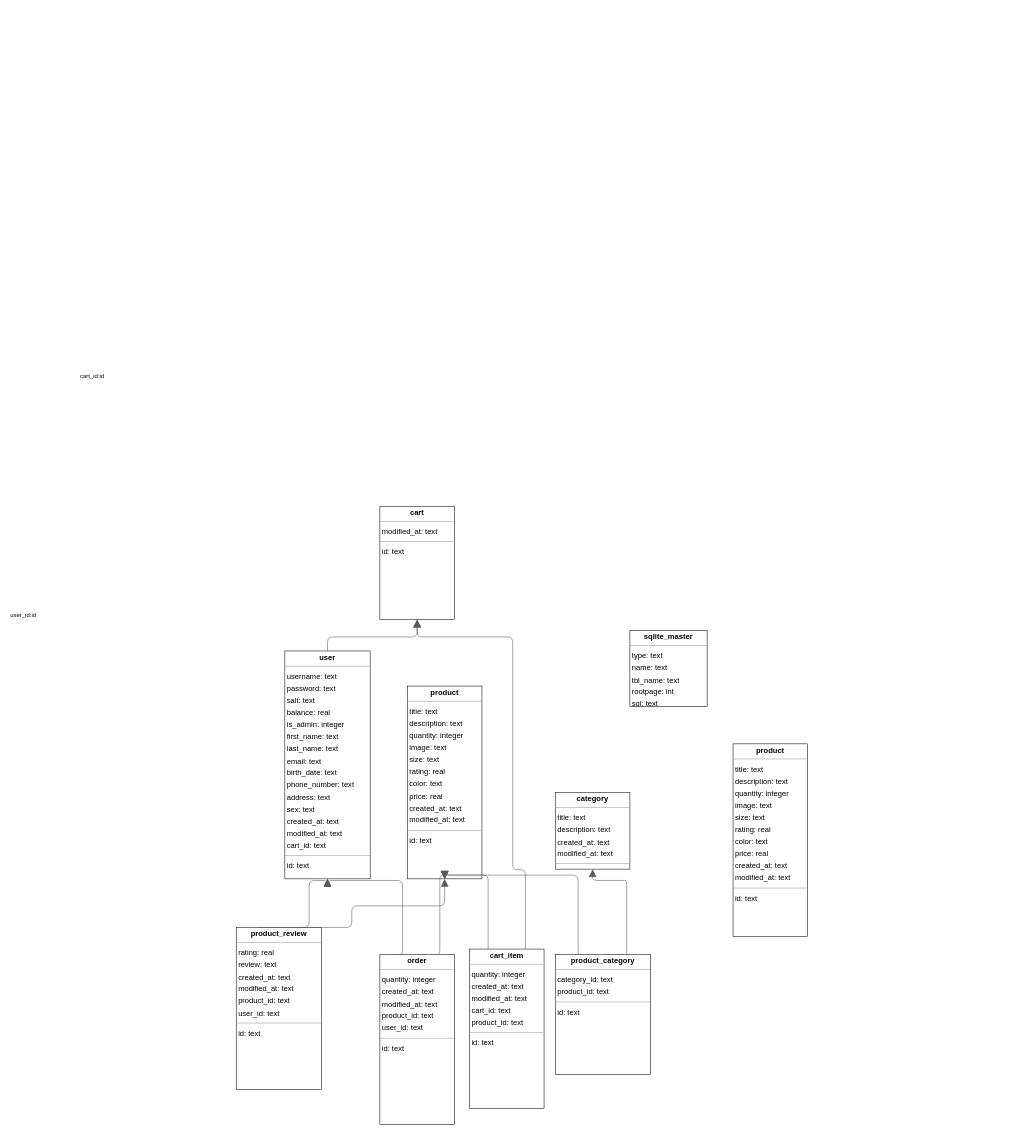
This is test_data_base/Untitled Diagram.drawio from fuzzzer/digital_store, a draw.io file, before an edit. Source tidied: cells renumbered, new cells numbered last; positions are measured from the earlier drawing's top-left corner, leaving out a move shared by most shapes. Both pictures are drawn from the tidied source at 54%, with x=0, y=0 at pixel (47, 429).
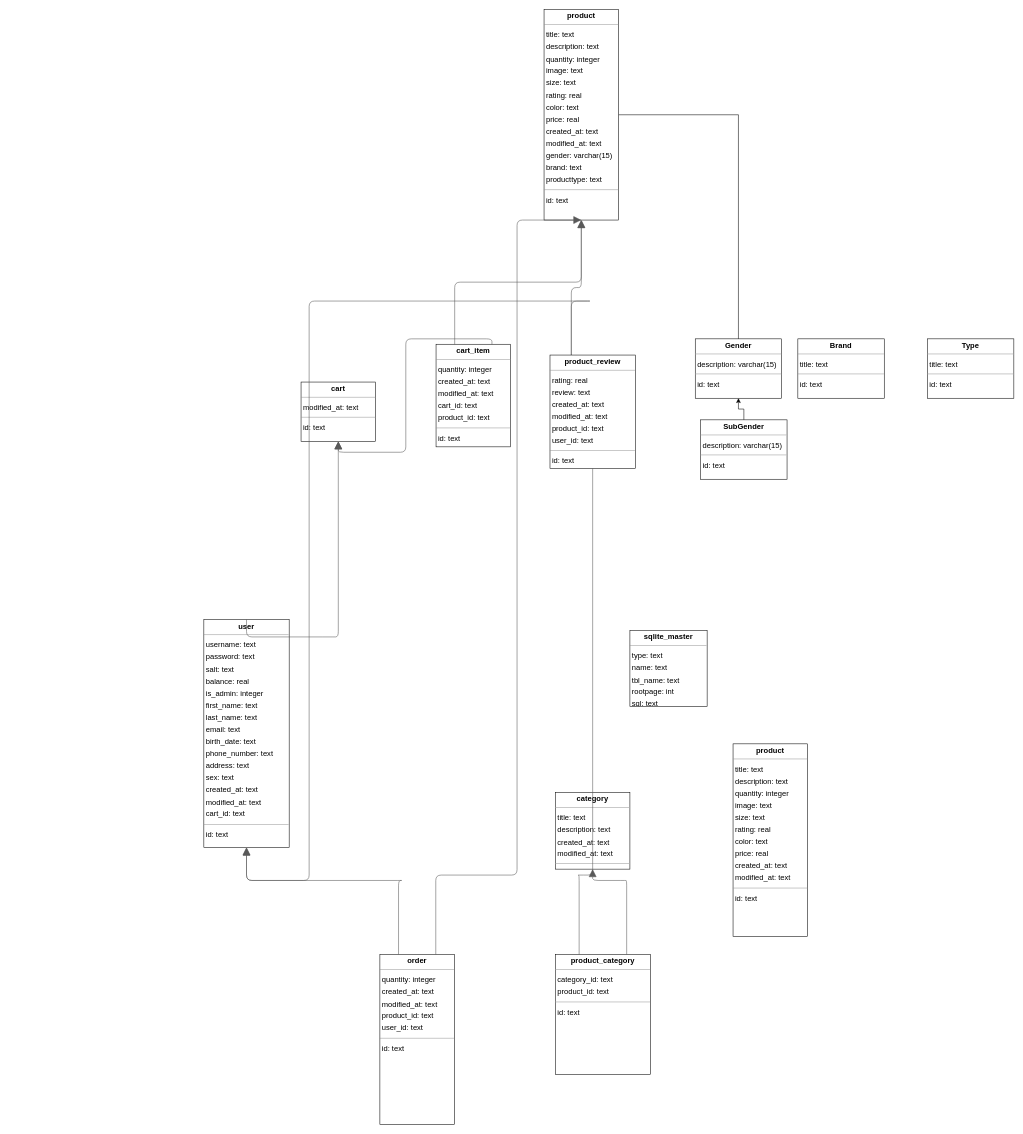
After the change.

Unchanged cells that the change refers to:
```xml
<mxCell id="5" value="&lt;p style=&quot;margin:0px;margin-top:4px;text-align:center;&quot;&gt;&lt;b&gt;order&lt;/b&gt;&lt;/p&gt;&lt;hr size=&quot;1&quot;/&gt;&lt;p style=&quot;margin:0 0 0 4px;line-height:1.6;&quot;&gt; quantity: integer&lt;br/&gt; created_at: text&lt;br/&gt; modified_at: text&lt;br/&gt; product_id: text&lt;br/&gt; user_id: text&lt;/p&gt;&lt;hr size=&quot;1&quot;/&gt;&lt;p style=&quot;margin:0 0 0 4px;line-height:1.6;&quot;&gt; id: text&lt;/p&gt;" style="verticalAlign=top;align=left;overflow=fill;fontSize=14;fontFamily=Helvetica;html=1;rounded=0;shadow=0;comic=0;labelBackgroundColor=none;strokeWidth=1;" parent="1" vertex="1">
  <mxGeometry x="616" y="972" width="138" height="315" as="geometry" />
</mxCell>
<mxCell id="7" value="&lt;p style=&quot;margin:0px;margin-top:4px;text-align:center;&quot;&gt;&lt;b&gt;product_category&lt;/b&gt;&lt;/p&gt;&lt;hr size=&quot;1&quot;/&gt;&lt;p style=&quot;margin:0 0 0 4px;line-height:1.6;&quot;&gt; category_id: text&lt;br/&gt; product_id: text&lt;/p&gt;&lt;hr size=&quot;1&quot;/&gt;&lt;p style=&quot;margin:0 0 0 4px;line-height:1.6;&quot;&gt; id: text&lt;/p&gt;" style="verticalAlign=top;align=left;overflow=fill;fontSize=14;fontFamily=Helvetica;html=1;rounded=0;shadow=0;comic=0;labelBackgroundColor=none;strokeWidth=1;" parent="1" vertex="1">
  <mxGeometry x="941" y="972" width="176" height="222" as="geometry" />
</mxCell>
<mxCell id="22" style="html=1;rounded=1;edgeStyle=orthogonalEdgeStyle;dashed=0;startArrow=none;endArrow=block;endSize=12;strokeColor=#595959;exitX=0.500;exitY=0.000;exitDx=0;exitDy=0;entryX=0.500;entryY=1.000;entryDx=0;entryDy=0;" parent="1" edge="1" source="10" target="2">
  <mxGeometry relative="1" as="geometry">
    <Array as="points">
      <mxPoint x="519" y="384" />
      <mxPoint x="685" y="384" />
    </Array>
  </mxGeometry>
</mxCell>
```

What changed in the source:
```diff
@@
     <mxCell id="2" value="&lt;p style=&quot;margin:0px;margin-top:4px;text-align:center;&quot;&gt;&lt;b&gt;cart&lt;/b&gt;&lt;/p&gt;&lt;hr size=&quot;1&quot;/&gt;&lt;p style=&quot;margin:0 0 0 4px;line-height:1.6;&quot;&gt; modified_at: text&lt;/p&gt;&lt;hr size=&quot;1&quot;/&gt;&lt;p style=&quot;margin:0 0 0 4px;line-height:1.6;&quot;&gt; id: text&lt;/p&gt;" style="verticalAlign=top;align=left;overflow=fill;fontSize=14;fontFamily=Helvetica;html=1;rounded=0;shadow=0;comic=0;labelBackgroundColor=none;strokeWidth=1;" parent="1" vertex="1">
-      <mxGeometry x="616" y="142" width="138" height="210" as="geometry" />
+      <mxGeometry x="470" y="-88" width="138" height="110" as="geometry" />
     </mxCell>
     <mxCell id="3" value="&lt;p style=&quot;margin:0px;margin-top:4px;text-align:center;&quot;&gt;&lt;b&gt;cart_item&lt;/b&gt;&lt;/p&gt;&lt;hr size=&quot;1&quot;/&gt;&lt;p style=&quot;margin:0 0 0 4px;line-height:1.6;&quot;&gt; quantity: integer&lt;br/&gt; created_at: text&lt;br/&gt; modified_at: text&lt;br/&gt; cart_id: text&lt;br/&gt; product_id: text&lt;/p&gt;&lt;hr size=&quot;1&quot;/&gt;&lt;p style=&quot;margin:0 0 0 4px;line-height:1.6;&quot;&gt; id: text&lt;/p&gt;" style="verticalAlign=top;align=left;overflow=fill;fontSize=14;fontFamily=Helvetica;html=1;rounded=0;shadow=0;comic=0;labelBackgroundColor=none;strokeWidth=1;" parent="1" vertex="1">
-      <mxGeometry x="782" y="962" width="138" height="295" as="geometry" />
+      <mxGeometry x="720" y="-158" width="138" height="190" as="geometry" />
     </mxCell>
@@
+    <mxCell id="25" style="edgeStyle=orthogonalEdgeStyle;rounded=0;jettySize=auto;html=1;entryX=0.5;entryY=0.091;entryDx=0;entryDy=0;entryPerimeter=0;" parent="1" edge="1" source="6" target="26">
+      <mxGeometry relative="1" as="geometry">
+        <Array as="points">
+          <mxPoint x="1280" y="-583" />
+        </Array>
+      </mxGeometry>
+    </mxCell>
-    <mxCell id="6" value="&lt;p style=&quot;margin:0px;margin-top:4px;text-align:center;&quot;&gt;&lt;b&gt;product&lt;/b&gt;&lt;/p&gt;&lt;hr size=&quot;1&quot;/&gt;&lt;p style=&quot;margin:0 0 0 4px;line-height:1.6;&quot;&gt; title: text&lt;br/&gt; description: text&lt;br/&gt; quantity: integer&lt;br/&gt; image: text&lt;br/&gt; size: text&lt;br/&gt; rating: real&lt;br/&gt; color: text&lt;br/&gt; price: real&lt;br/&gt; created_at: text&lt;br/&gt; modified_at: text&lt;/p&gt;&lt;hr size=&quot;1&quot;/&gt;&lt;p style=&quot;margin:0 0 0 4px;line-height:1.6;&quot;&gt; id: text&lt;/p&gt;" style="verticalAlign=top;align=left;overflow=fill;fontSize=14;fontFamily=Helvetica;html=1;rounded=0;shadow=0;comic=0;labelBackgroundColor=none;strokeWidth=1;" parent="1" vertex="1">
-      <mxGeometry x="667" y="475" width="138" height="357" as="geometry" />
+    <mxCell id="6" value="&lt;p style=&quot;margin:0px;margin-top:4px;text-align:center;&quot;&gt;&lt;b&gt;product&lt;/b&gt;&lt;/p&gt;&lt;hr size=&quot;1&quot;&gt;&lt;p style=&quot;margin:0 0 0 4px;line-height:1.6;&quot;&gt; title: text&lt;br&gt; description: text&lt;br&gt; quantity: integer&lt;br&gt; image: text&lt;br&gt; size: text&lt;br&gt; rating: real&lt;br&gt; color: text&lt;br&gt; price: real&lt;br&gt; created_at: text&lt;br&gt; modified_at: text&lt;br&gt;gender: varchar(15)&lt;br&gt;brand: text&lt;/p&gt;&lt;p style=&quot;margin:0 0 0 4px;line-height:1.6;&quot;&gt;producttype: text&lt;br&gt;&lt;/p&gt;&lt;hr size=&quot;1&quot;&gt;&lt;p style=&quot;margin:0 0 0 4px;line-height:1.6;&quot;&gt; id: text&lt;/p&gt;" style="verticalAlign=top;align=left;overflow=fill;fontSize=14;fontFamily=Helvetica;html=1;rounded=0;shadow=0;comic=0;labelBackgroundColor=none;strokeWidth=1;" parent="1" vertex="1">
+      <mxGeometry x="920" y="-778" width="138" height="390" as="geometry" />
     </mxCell>
@@
-    <mxCell id="8" value="&lt;p style=&quot;margin:0px;margin-top:4px;text-align:center;&quot;&gt;&lt;b&gt;product_review&lt;/b&gt;&lt;/p&gt;&lt;hr size=&quot;1&quot;/&gt;&lt;p style=&quot;margin:0 0 0 4px;line-height:1.6;&quot;&gt; rating: real&lt;br/&gt; review: text&lt;br/&gt; created_at: text&lt;br/&gt; modified_at: text&lt;br/&gt; product_id: text&lt;br/&gt; user_id: text&lt;/p&gt;&lt;hr size=&quot;1&quot;/&gt;&lt;p style=&quot;margin:0 0 0 4px;line-height:1.6;&quot;&gt; id: text&lt;/p&gt;" style="verticalAlign=top;align=left;overflow=fill;fontSize=14;fontFamily=Helvetica;html=1;rounded=0;shadow=0;comic=0;labelBackgroundColor=none;strokeWidth=1;" parent="1" vertex="1">
-      <mxGeometry x="350" y="922" width="158" height="300" as="geometry" />
-    </mxCell>
@@
     <mxCell id="10" value="&lt;p style=&quot;margin:0px;margin-top:4px;text-align:center;&quot;&gt;&lt;b&gt;user&lt;/b&gt;&lt;/p&gt;&lt;hr size=&quot;1&quot;/&gt;&lt;p style=&quot;margin:0 0 0 4px;line-height:1.6;&quot;&gt; username: text&lt;br/&gt; password: text&lt;br/&gt; salt: text&lt;br/&gt; balance: real&lt;br/&gt; is_admin: integer&lt;br/&gt; first_name: text&lt;br/&gt; last_name: text&lt;br/&gt; email: text&lt;br/&gt; birth_date: text&lt;br/&gt; phone_number: text&lt;br/&gt; address: text&lt;br/&gt; sex: text&lt;br/&gt; created_at: text&lt;br/&gt; modified_at: text&lt;br/&gt; cart_id: text&lt;/p&gt;&lt;hr size=&quot;1&quot;/&gt;&lt;p style=&quot;margin:0 0 0 4px;line-height:1.6;&quot;&gt; id: text&lt;/p&gt;" style="verticalAlign=top;align=left;overflow=fill;fontSize=14;fontFamily=Helvetica;html=1;rounded=0;shadow=0;comic=0;labelBackgroundColor=none;strokeWidth=1;" parent="1" vertex="1">
-      <mxGeometry x="440" y="410" width="158" height="422" as="geometry" />
+      <mxGeometry x="290" y="352" width="158" height="422" as="geometry" />
     </mxCell>
     <mxCell id="11" style="html=1;rounded=1;edgeStyle=orthogonalEdgeStyle;dashed=0;startArrow=none;endArrow=block;endSize=12;strokeColor=#595959;exitX=0.750;exitY=0.000;exitDx=0;exitDy=0;entryX=0.500;entryY=1.000;entryDx=0;entryDy=0;" parent="1" edge="1" source="3" target="2">
-      <mxGeometry relative="1" as="geometry">
-        <Array as="points">
-          <mxPoint x="885" y="815" />
-          <mxPoint x="862" y="815" />
-          <mxPoint x="862" y="384" />
-          <mxPoint x="685" y="384" />
-        </Array>
-      </mxGeometry>
+      <mxGeometry relative="1" as="geometry" />
     </mxCell>
     <mxCell id="12" style="html=1;rounded=1;edgeStyle=orthogonalEdgeStyle;dashed=0;startArrow=none;endArrow=block;endSize=12;strokeColor=#595959;exitX=0.250;exitY=0.000;exitDx=0;exitDy=0;entryX=0.500;entryY=1.000;entryDx=0;entryDy=0;" parent="1" edge="1" source="3" target="6">
-      <mxGeometry relative="1" as="geometry">
-        <Array as="points">
-          <mxPoint x="816" y="825" />
-          <mxPoint x="736" y="825" />
-        </Array>
-      </mxGeometry>
+      <mxGeometry relative="1" as="geometry" />
     </mxCell>
     <mxCell id="13" style="html=1;rounded=1;edgeStyle=orthogonalEdgeStyle;dashed=0;startArrow=none;endArrow=block;endSize=12;strokeColor=#595959;exitX=0.750;exitY=0.000;exitDx=0;exitDy=0;entryX=0.500;entryY=1.000;entryDx=0;entryDy=0;" parent="1" edge="1" source="5" target="6">
       <mxGeometry relative="1" as="geometry">
         <Array as="points">
-          <mxPoint x="727" y="825" />
-          <mxPoint x="736" y="825" />
+          <mxPoint x="720" y="825" />
+          <mxPoint x="870" y="825" />
+          <mxPoint x="870" y="-388" />
         </Array>
       </mxGeometry>
     </mxCell>
@@
-    <mxCell id="17" style="html=1;rounded=1;edgeStyle=orthogonalEdgeStyle;dashed=0;startArrow=none;endArrow=block;endSize=12;strokeColor=#595959;exitX=0.250;exitY=0.000;exitDx=0;exitDy=0;entryX=0.500;entryY=1.000;entryDx=0;entryDy=0;" parent="1" edge="1" source="7" target="6">
-      <mxGeometry relative="1" as="geometry">
-        <Array as="points">
-          <mxPoint x="983" y="825" />
-          <mxPoint x="736" y="825" />
-        </Array>
-      </mxGeometry>
+    <mxCell id="17" style="html=1;rounded=1;edgeStyle=orthogonalEdgeStyle;dashed=0;startArrow=none;endArrow=block;endSize=12;strokeColor=#595959;exitX=0.250;exitY=0.000;exitDx=0;exitDy=0;entryX=0.500;entryY=1.000;entryDx=0;entryDy=0;" parent="1" edge="1" source="8" target="6">
+      <mxGeometry relative="1" as="geometry" />
     </mxCell>
@@
-    <mxCell id="19" style="html=1;rounded=1;edgeStyle=orthogonalEdgeStyle;dashed=0;startArrow=none;endArrow=block;endSize=12;strokeColor=#595959;exitX=0.750;exitY=0.000;exitDx=0;exitDy=0;entryX=0.500;entryY=1.000;entryDx=0;entryDy=0;" parent="1" edge="1" source="8" target="6">
-      <mxGeometry relative="1" as="geometry">
-        <Array as="points">
-          <mxPoint x="564" y="922" />
-          <mxPoint x="564" y="882" />
-          <mxPoint x="736" y="882" />
-        </Array>
-      </mxGeometry>
-    </mxCell>
     <mxCell id="20" style="html=1;rounded=1;edgeStyle=orthogonalEdgeStyle;dashed=0;startArrow=none;endArrow=block;endSize=12;strokeColor=#595959;exitX=0.250;exitY=0.000;exitDx=0;exitDy=0;entryX=0.500;entryY=1.000;entryDx=0;entryDy=0;" parent="1" edge="1" source="8" target="10">
       <mxGeometry relative="1" as="geometry">
         <Array as="points">
+          <mxPoint x="1010" y="-238" />
+          <mxPoint x="485" y="-238" />
           <mxPoint x="485" y="835" />
           <mxPoint x="519" y="835" />
         </Array>
       </mxGeometry>
     </mxCell>
-    <mxCell id="21" value="user_id:id" style="edgeLabel;html=1;align=left;verticalAlign=top;strokeColor=default;" parent="20" vertex="1">
-      <mxGeometry x="-70" y="331" as="geometry" />
-    </mxCell>
@@
-    <mxCell id="23" value="cart_id:id" style="edgeLabel;html=1;align=left;verticalAlign=top;strokeColor=default;" parent="22" vertex="1">
-      <mxGeometry x="59" y="-112" as="geometry" />
-    </mxCell>
@@
+    <mxCell id="26" value="&lt;p style=&quot;margin:0px;margin-top:4px;text-align:center;&quot;&gt;&lt;b&gt;Gender&lt;/b&gt;&lt;/p&gt;&lt;hr size=&quot;1&quot;&gt;&lt;p style=&quot;margin:0 0 0 4px;line-height:1.6;&quot;&gt;description: varchar(15)&lt;/p&gt;&lt;hr size=&quot;1&quot;&gt;&lt;p style=&quot;margin:0 0 0 4px;line-height:1.6;&quot;&gt; id: text&lt;/p&gt;" style="verticalAlign=top;align=left;overflow=fill;fontSize=14;fontFamily=Helvetica;html=1;rounded=0;shadow=0;comic=0;labelBackgroundColor=none;strokeWidth=1;" parent="1" vertex="1">
+      <mxGeometry x="1200" y="-168" width="160" height="110" as="geometry" />
+    </mxCell>
+    <mxCell id="8" value="&lt;p style=&quot;margin:0px;margin-top:4px;text-align:center;&quot;&gt;&lt;b&gt;product_review&lt;/b&gt;&lt;/p&gt;&lt;hr size=&quot;1&quot;/&gt;&lt;p style=&quot;margin:0 0 0 4px;line-height:1.6;&quot;&gt; rating: real&lt;br/&gt; review: text&lt;br/&gt; created_at: text&lt;br/&gt; modified_at: text&lt;br/&gt; product_id: text&lt;br/&gt; user_id: text&lt;/p&gt;&lt;hr size=&quot;1&quot;/&gt;&lt;p style=&quot;margin:0 0 0 4px;line-height:1.6;&quot;&gt; id: text&lt;/p&gt;" style="verticalAlign=top;align=left;overflow=fill;fontSize=14;fontFamily=Helvetica;html=1;rounded=0;shadow=0;comic=0;labelBackgroundColor=none;strokeWidth=1;" parent="1" vertex="1">
+      <mxGeometry x="931" y="-138" width="158" height="210" as="geometry" />
+    </mxCell>
+    <mxCell id="27" style="html=1;rounded=1;edgeStyle=orthogonalEdgeStyle;dashed=0;startArrow=none;endArrow=none;endSize=12;strokeColor=#595959;exitX=0.250;exitY=0.000;exitDx=0;exitDy=0;entryX=0.500;entryY=1.000;entryDx=0;entryDy=0;" parent="1" edge="1" source="7" target="8">
+      <mxGeometry relative="1" as="geometry">
+        <Array as="points">
+          <mxPoint x="983" y="825" />
+          <mxPoint x="736" y="825" />
+        </Array>
+      </mxGeometry>
+    </mxCell>
+    <mxCell id="28" style="edgeLabel;html=1;align=left;verticalAlign=top;strokeColor=default;" parent="27" vertex="1">
+      <mxGeometry x="374" y="361" as="geometry" />
+    </mxCell>
+    <mxCell id="29" style="edgeStyle=orthogonalEdgeStyle;rounded=0;jettySize=auto;html=1;exitX=0.5;exitY=0;exitDx=0;exitDy=0;" parent="1" edge="1" source="30" target="26">
+      <mxGeometry relative="1" as="geometry" />
+    </mxCell>
+    <mxCell id="30" value="&lt;p style=&quot;margin:0px;margin-top:4px;text-align:center;&quot;&gt;&lt;b&gt;SubGender&lt;/b&gt;&lt;/p&gt;&lt;hr size=&quot;1&quot;&gt;&lt;p style=&quot;margin:0 0 0 4px;line-height:1.6;&quot;&gt;description: varchar(15)&lt;/p&gt;&lt;hr size=&quot;1&quot;&gt;&lt;p style=&quot;margin:0 0 0 4px;line-height:1.6;&quot;&gt; id: text&lt;/p&gt;" style="verticalAlign=top;align=left;overflow=fill;fontSize=14;fontFamily=Helvetica;html=1;rounded=0;shadow=0;comic=0;labelBackgroundColor=none;strokeWidth=1;" parent="1" vertex="1">
+      <mxGeometry x="1210" y="-18" width="160" height="110" as="geometry" />
+    </mxCell>
+    <mxCell id="31" value="&lt;p style=&quot;margin:0px;margin-top:4px;text-align:center;&quot;&gt;&lt;b&gt;Brand&lt;/b&gt;&lt;/p&gt;&lt;hr size=&quot;1&quot;&gt;&lt;p style=&quot;margin:0 0 0 4px;line-height:1.6;&quot;&gt;title: text&lt;/p&gt;&lt;hr size=&quot;1&quot;&gt;&lt;p style=&quot;margin:0 0 0 4px;line-height:1.6;&quot;&gt; id: text&lt;/p&gt;" style="verticalAlign=top;align=left;overflow=fill;fontSize=14;fontFamily=Helvetica;html=1;rounded=0;shadow=0;comic=0;labelBackgroundColor=none;strokeWidth=1;" parent="1" vertex="1">
+      <mxGeometry x="1390" y="-168" width="160" height="110" as="geometry" />
+    </mxCell>
+    <mxCell id="32" value="&lt;p style=&quot;margin:0px;margin-top:4px;text-align:center;&quot;&gt;&lt;b&gt;Type&lt;/b&gt;&lt;/p&gt;&lt;hr size=&quot;1&quot;&gt;&lt;p style=&quot;margin:0 0 0 4px;line-height:1.6;&quot;&gt;title: text&lt;/p&gt;&lt;hr size=&quot;1&quot;&gt;&lt;p style=&quot;margin:0 0 0 4px;line-height:1.6;&quot;&gt; id: text&lt;/p&gt;" style="verticalAlign=top;align=left;overflow=fill;fontSize=14;fontFamily=Helvetica;html=1;rounded=0;shadow=0;comic=0;labelBackgroundColor=none;strokeWidth=1;" parent="1" vertex="1">
+      <mxGeometry x="1630" y="-168" width="160" height="110" as="geometry" />
+    </mxCell>
```
